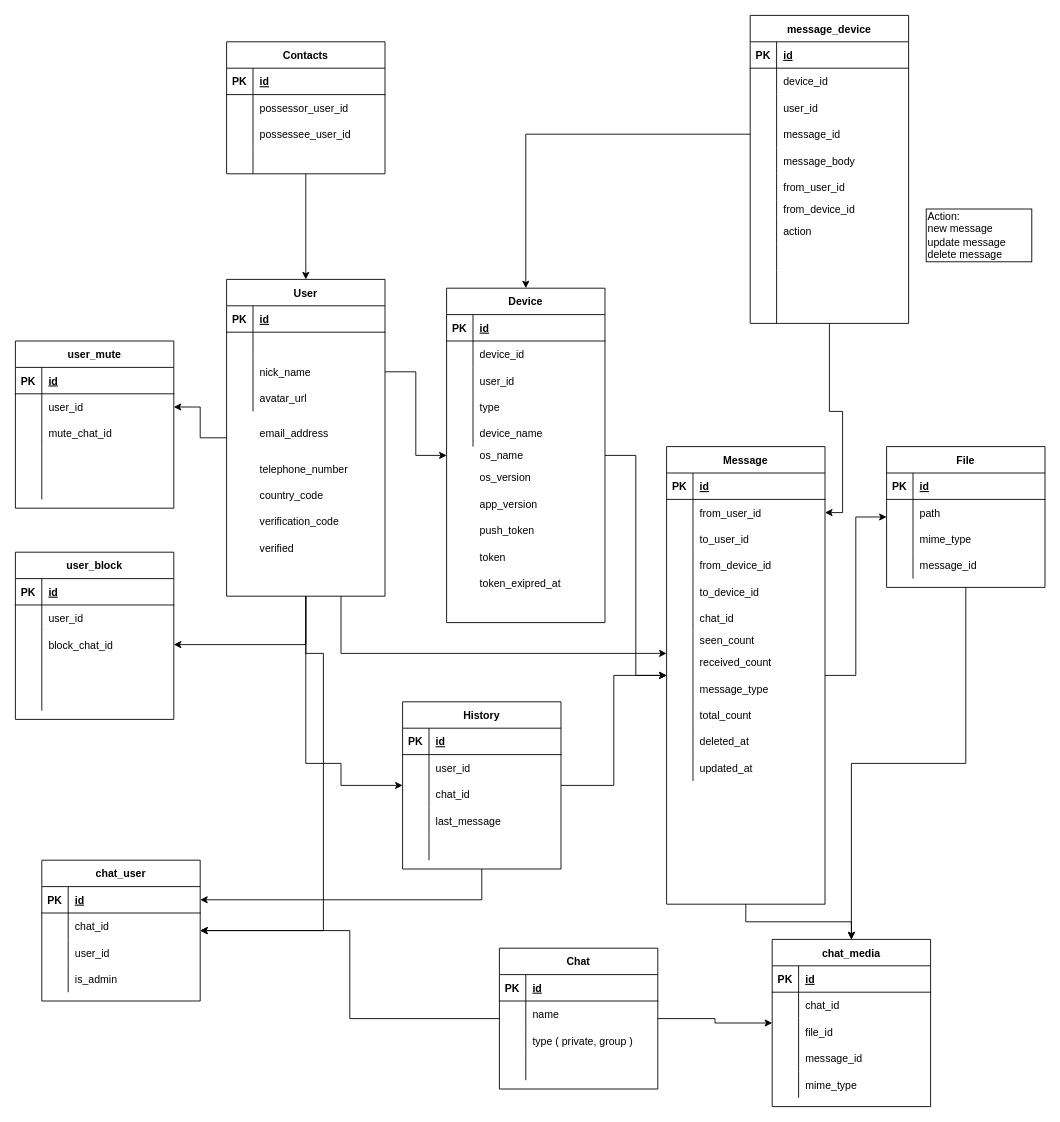
Earlier version of the draw.io diagram documents/database.drawio (cloverstudio/Spika3). Source tidied: cells renumbered, new cells numbered last; positions are measured from the earlier drawing's top-left corner, leaving out a move shared by most shapes. Both pictures are drawn from the tidied source at 88%, with x=0, y=0 at pixel (15, 15).
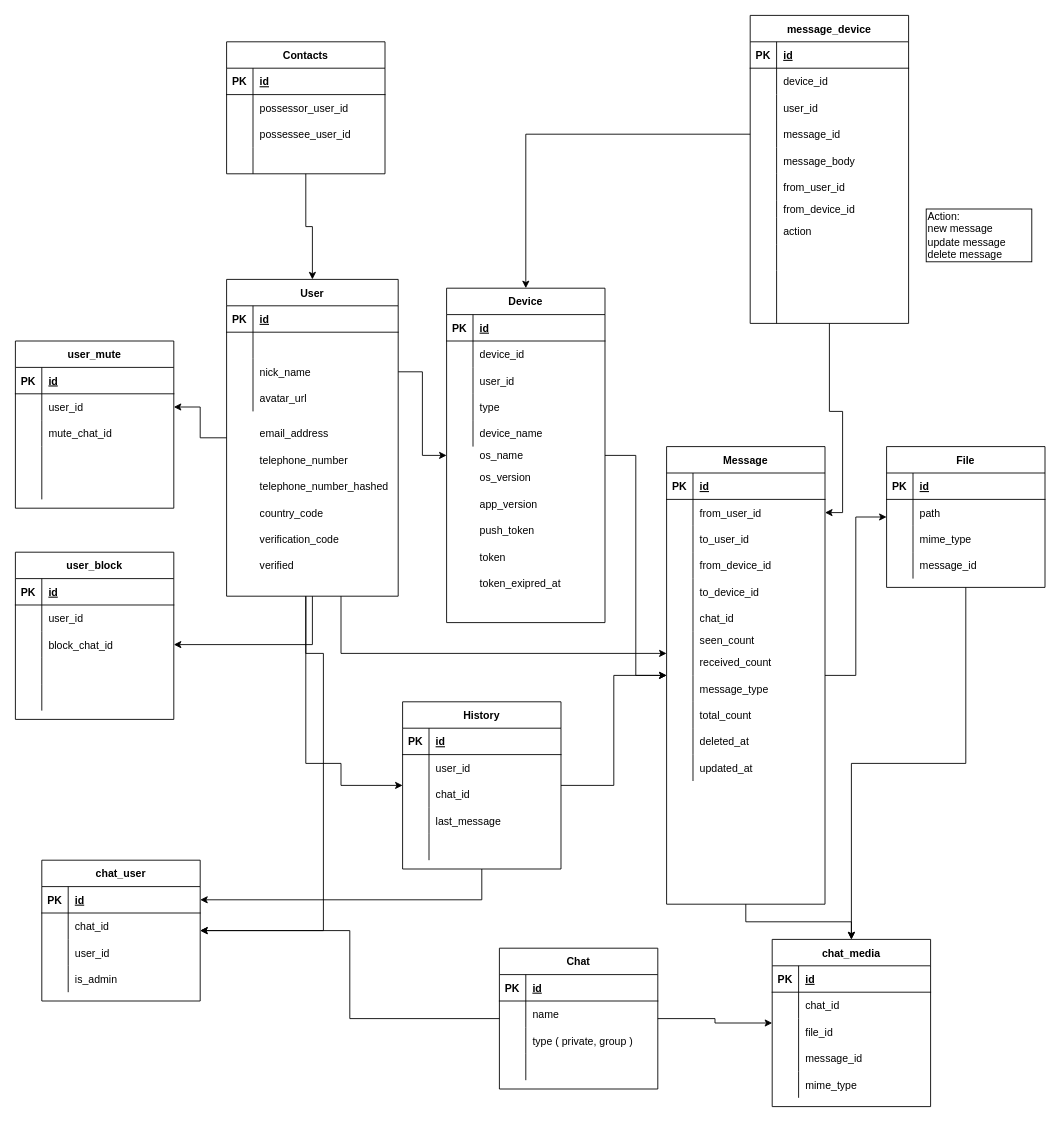
Above is the later version.

Diff of the diagram source:
```diff
@@
     <mxCell id="7" value="User" style="shape=table;startSize=30;childLayout=tableLayout;rowLines=0;fontStyle=1;align=center;" parent="1" vertex="1">
-      <mxGeometry x="240" y="300" width="180" height="360" as="geometry" />
+      <mxGeometry x="240" y="300" width="195" height="360" as="geometry" />
     </mxCell>
     <mxCell id="8" style="shape=partialRectangle;fillColor=none;top=0;left=0;bottom=1;right=0;" parent="7" vertex="1">
-      <mxGeometry y="30" width="180" height="30" as="geometry" />
+      <mxGeometry y="30" width="195" height="30" as="geometry" />
     </mxCell>
@@
     <mxCell id="10" value="id" style="shape=partialRectangle;fillColor=none;top=0;left=0;bottom=0;right=0;align=left;spacingLeft=6;fontStyle=5;overflow=hidden;" parent="8" vertex="1">
-      <mxGeometry x="30" width="150" height="30" as="geometry" />
+      <mxGeometry x="30" width="165" height="30" as="geometry" />
     </mxCell>
     <mxCell id="11" style="shape=partialRectangle;fillColor=none;top=0;left=0;bottom=0;right=0;" parent="7" vertex="1">
-      <mxGeometry y="60" width="180" height="30" as="geometry" />
+      <mxGeometry y="60" width="195" height="30" as="geometry" />
     </mxCell>
@@
     <mxCell id="13" style="shape=partialRectangle;fillColor=none;top=0;left=0;bottom=0;right=0;align=left;spacingLeft=6;overflow=hidden;" parent="11" vertex="1">
-      <mxGeometry x="30" width="150" height="30" as="geometry" />
+      <mxGeometry x="30" width="165" height="30" as="geometry" />
     </mxCell>
     <mxCell id="14" style="shape=partialRectangle;fillColor=none;top=0;left=0;bottom=0;right=0;points=[[0,0.5],[1,0.5]];portConstraint=eastwest;" parent="7" vertex="1">
-      <mxGeometry y="90" width="180" height="30" as="geometry" />
+      <mxGeometry y="90" width="195" height="30" as="geometry" />
     </mxCell>
@@
     <mxCell id="16" value="nick_name" style="shape=partialRectangle;fillColor=none;top=0;left=0;bottom=0;right=0;align=left;spacingLeft=6;overflow=hidden;" parent="14" vertex="1">
-      <mxGeometry x="30" width="150" height="30" as="geometry" />
+      <mxGeometry x="30" width="165" height="30" as="geometry" />
     </mxCell>
     <mxCell id="17" style="shape=partialRectangle;fillColor=none;top=0;left=0;bottom=0;right=0;" parent="7" vertex="1">
-      <mxGeometry y="120" width="180" height="30" as="geometry" />
+      <mxGeometry y="120" width="195" height="30" as="geometry" />
     </mxCell>
@@
     <mxCell id="19" value="avatar_url" style="shape=partialRectangle;fillColor=none;top=0;left=0;bottom=0;right=0;align=left;spacingLeft=6;overflow=hidden;" parent="17" vertex="1">
-      <mxGeometry x="30" width="150" height="30" as="geometry" />
+      <mxGeometry x="30" width="165" height="30" as="geometry" />
     </mxCell>
@@
     <mxCell id="224" value="telephone_number" style="shape=partialRectangle;fillColor=none;top=0;left=0;bottom=0;right=0;align=left;spacingLeft=6;overflow=hidden;" parent="1" vertex="1">
-      <mxGeometry x="270" y="500" width="150" height="30" as="geometry" />
+      <mxGeometry x="270" y="490" width="150" height="30" as="geometry" />
     </mxCell>
@@
     <mxCell id="229" value="verification_code" style="shape=partialRectangle;fillColor=none;top=0;left=0;bottom=0;right=0;align=left;spacingLeft=6;overflow=hidden;" parent="1" vertex="1">
-      <mxGeometry x="270" y="560" width="150" height="30" as="geometry" />
+      <mxGeometry x="270" y="580" width="150" height="30" as="geometry" />
     </mxCell>
     <mxCell id="230" value="verified" style="shape=partialRectangle;fillColor=none;top=0;left=0;bottom=0;right=0;align=left;spacingLeft=6;overflow=hidden;" parent="1" vertex="1">
-      <mxGeometry x="270" y="590" width="150" height="30" as="geometry" />
+      <mxGeometry x="270" y="610" width="150" height="30" as="geometry" />
     </mxCell>
@@
     <mxCell id="245" value="country_code" style="shape=partialRectangle;fillColor=none;top=0;left=0;bottom=0;right=0;align=left;spacingLeft=6;overflow=hidden;" parent="1" vertex="1">
-      <mxGeometry x="270" y="530" width="150" height="30" as="geometry" />
+      <mxGeometry x="270" y="550" width="150" height="30" as="geometry" />
     </mxCell>
@@
+    <mxCell id="247" value="telephone_number_hashed" style="shape=partialRectangle;fillColor=none;top=0;left=0;bottom=0;right=0;align=left;spacingLeft=6;overflow=hidden;" parent="1" vertex="1">
+      <mxGeometry x="270" y="520" width="165" height="30" as="geometry" />
+    </mxCell>
```
